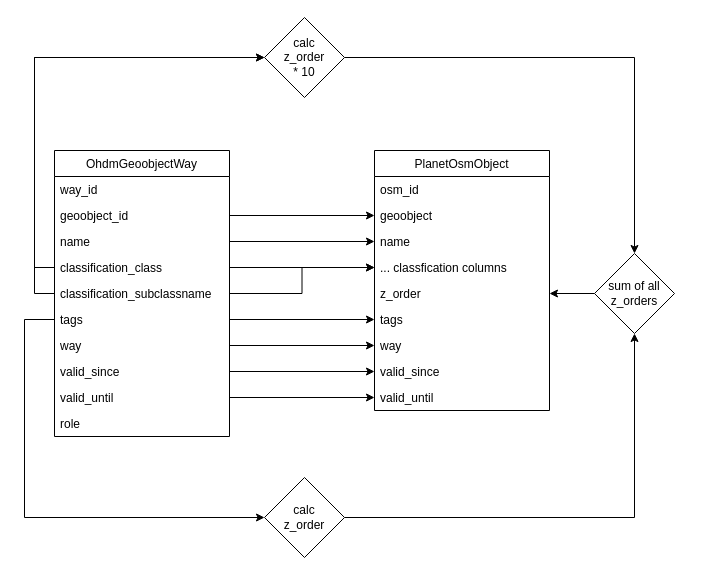
Above: page "SingleTable2Mapnik" (2 of 4) of docs/commands/_static/ohdm2mapnik.drawio in OpenHistoricalDataMap/MapnikTileServer (draw.io), before the change. Source tidied: cells renumbered, new cells numbered last; positions are measured from the earlier drawing's top-left corner, leaving out a move shared by most shapes. Both pictures are drawn from the tidied source at 100%, with x=0, y=0 at pixel (24, 17).
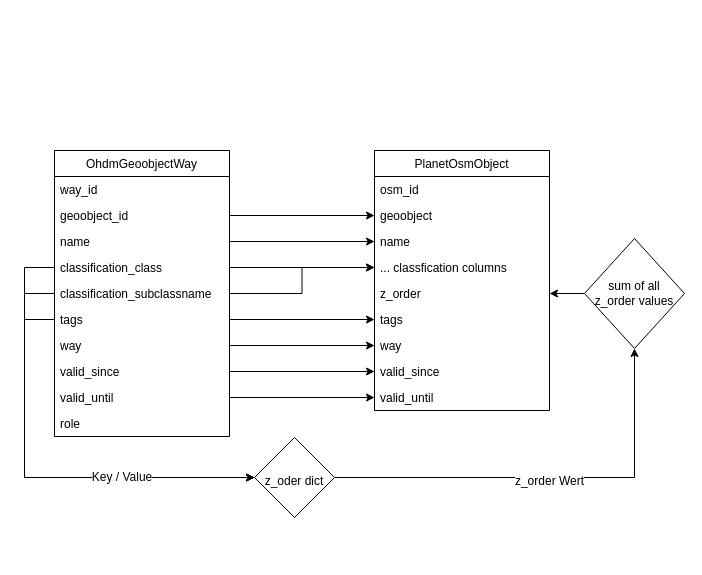
The same diagram, later.

Unchanged cells that the change refers to:
```xml
<mxCell id="6" value="classification_class" style="text;strokeColor=none;fillColor=none;align=left;verticalAlign=top;spacingLeft=4;spacingRight=4;overflow=hidden;points=[[0,0.5],[1,0.5]];portConstraint=eastwest;" parent="2" vertex="1">
  <mxGeometry y="104" width="175" height="26" as="geometry" />
</mxCell>
<mxCell id="7" value="classification_subclassname" style="text;strokeColor=none;fillColor=none;align=left;verticalAlign=top;spacingLeft=4;spacingRight=4;overflow=hidden;points=[[0,0.5],[1,0.5]];portConstraint=eastwest;" parent="2" vertex="1">
  <mxGeometry y="130" width="175" height="26" as="geometry" />
</mxCell>
<mxCell id="8" value="tags" style="text;strokeColor=none;fillColor=none;align=left;verticalAlign=top;spacingLeft=4;spacingRight=4;overflow=hidden;points=[[0,0.5],[1,0.5]];portConstraint=eastwest;" parent="2" vertex="1">
  <mxGeometry y="156" width="175" height="26" as="geometry" />
</mxCell>
```

Diff of the diagram source:
```diff
@@
+    <mxCell id="40" style="edgeStyle=orthogonalEdgeStyle;rounded=0;jettySize=auto;html=1;entryX=0;entryY=0.5;entryDx=0;entryDy=0;fontSize=23;" parent="1" edge="1" source="6" target="43">
+      <mxGeometry relative="1" as="geometry">
+        <Array as="points">
+          <mxPoint y="250" />
+          <mxPoint y="460" />
+        </Array>
+      </mxGeometry>
+    </mxCell>
+    <mxCell id="41" style="edgeStyle=orthogonalEdgeStyle;rounded=0;jettySize=auto;html=1;entryX=0;entryY=0.5;entryDx=0;entryDy=0;fontSize=23;" parent="1" edge="1" source="7" target="43">
+      <mxGeometry relative="1" as="geometry">
+        <Array as="points">
+          <mxPoint y="276" />
+          <mxPoint y="460" />
+        </Array>
+      </mxGeometry>
+    </mxCell>
@@
-    <mxCell id="31" style="edgeStyle=orthogonalEdgeStyle;rounded=0;jettySize=auto;html=1;entryX=0.5;entryY=0;entryDx=0;entryDy=0;" parent="1" edge="1" source="32" target="39">
-      <mxGeometry relative="1" as="geometry" />
-    </mxCell>
-    <mxCell id="32" value="calc&lt;br&gt;z_order&lt;br&gt;* 10" style="rhombus;whiteSpace=wrap;html=1;" parent="1" vertex="1">
-      <mxGeometry x="240" width="80" height="80" as="geometry" />
-    </mxCell>
-    <mxCell id="33" style="edgeStyle=orthogonalEdgeStyle;rounded=0;jettySize=auto;html=1;entryX=0.5;entryY=1;entryDx=0;entryDy=0;" parent="1" edge="1" source="34" target="39">
-      <mxGeometry relative="1" as="geometry" />
-    </mxCell>
-    <mxCell id="34" value="calc&lt;br&gt;z_order" style="rhombus;whiteSpace=wrap;html=1;" parent="1" vertex="1">
-      <mxGeometry x="240" y="460" width="80" height="80" as="geometry" />
-    </mxCell>
-    <mxCell id="35" style="edgeStyle=orthogonalEdgeStyle;rounded=0;jettySize=auto;html=1;entryX=0;entryY=0.5;entryDx=0;entryDy=0;" parent="1" edge="1" source="8" target="34">
-      <mxGeometry relative="1" as="geometry">
-        <Array as="points">
-          <mxPoint y="302" />
-          <mxPoint y="500" />
-        </Array>
-      </mxGeometry>
-    </mxCell>
-    <mxCell id="36" style="edgeStyle=orthogonalEdgeStyle;rounded=0;jettySize=auto;html=1;entryX=0;entryY=0.5;entryDx=0;entryDy=0;" parent="1" edge="1" source="6" target="32">
-      <mxGeometry relative="1" as="geometry">
-        <Array as="points">
-          <mxPoint x="10" y="250" />
-          <mxPoint x="10" y="40" />
-        </Array>
-      </mxGeometry>
-    </mxCell>
-    <mxCell id="37" style="edgeStyle=orthogonalEdgeStyle;rounded=0;jettySize=auto;html=1;entryX=0;entryY=0.5;entryDx=0;entryDy=0;" parent="1" edge="1" source="7" target="32">
-      <mxGeometry relative="1" as="geometry">
-        <Array as="points">
-          <mxPoint x="10" y="276" />
-          <mxPoint x="10" y="40" />
-        </Array>
-      </mxGeometry>
-    </mxCell>
@@
-    <mxCell id="39" value="sum of all&lt;br&gt;z_orders" style="rhombus;whiteSpace=wrap;html=1;" parent="1" vertex="1">
-      <mxGeometry x="570" y="236" width="80" height="80" as="geometry" />
+    <mxCell id="39" value="sum of all&lt;br&gt;z_order values" style="rhombus;whiteSpace=wrap;html=1;" parent="1" vertex="1">
+      <mxGeometry x="560" y="221" width="100" height="110" as="geometry" />
     </mxCell>
+    <mxCell id="42" value="&lt;font style=&quot;font-size: 12px&quot;&gt;z_order Wert&lt;/font&gt;" style="edgeStyle=orthogonalEdgeStyle;rounded=0;jettySize=auto;html=1;entryX=0.5;entryY=1;entryDx=0;entryDy=0;fontSize=23;" parent="1" edge="1" source="43" target="39">
+      <mxGeometry relative="1" as="geometry" />
+    </mxCell>
+    <mxCell id="43" value="&lt;font style=&quot;font-size: 12px&quot;&gt;z_oder dict&lt;br&gt;&lt;/font&gt;" style="rhombus;whiteSpace=wrap;html=1;fontSize=23;" parent="1" vertex="1">
+      <mxGeometry x="230" y="420" width="80" height="80" as="geometry" />
+    </mxCell>
+    <mxCell id="44" style="edgeStyle=orthogonalEdgeStyle;rounded=0;jettySize=auto;html=1;entryX=0;entryY=0.5;entryDx=0;entryDy=0;fontSize=23;" parent="1" edge="1" source="8" target="43">
+      <mxGeometry relative="1" as="geometry">
+        <Array as="points">
+          <mxPoint y="302" />
+          <mxPoint y="460" />
+        </Array>
+      </mxGeometry>
+    </mxCell>
+    <mxCell id="45" value="&lt;span style=&quot;white-space: nowrap ; background-color: rgb(255 , 255 , 255)&quot;&gt;Key / Value&lt;/span&gt;" style="text;html=1;strokeColor=none;fillColor=none;align=center;verticalAlign=middle;whiteSpace=wrap;rounded=0;" parent="1" vertex="1">
+      <mxGeometry x="77.5" y="450" width="40" height="20" as="geometry" />
+    </mxCell>
```
